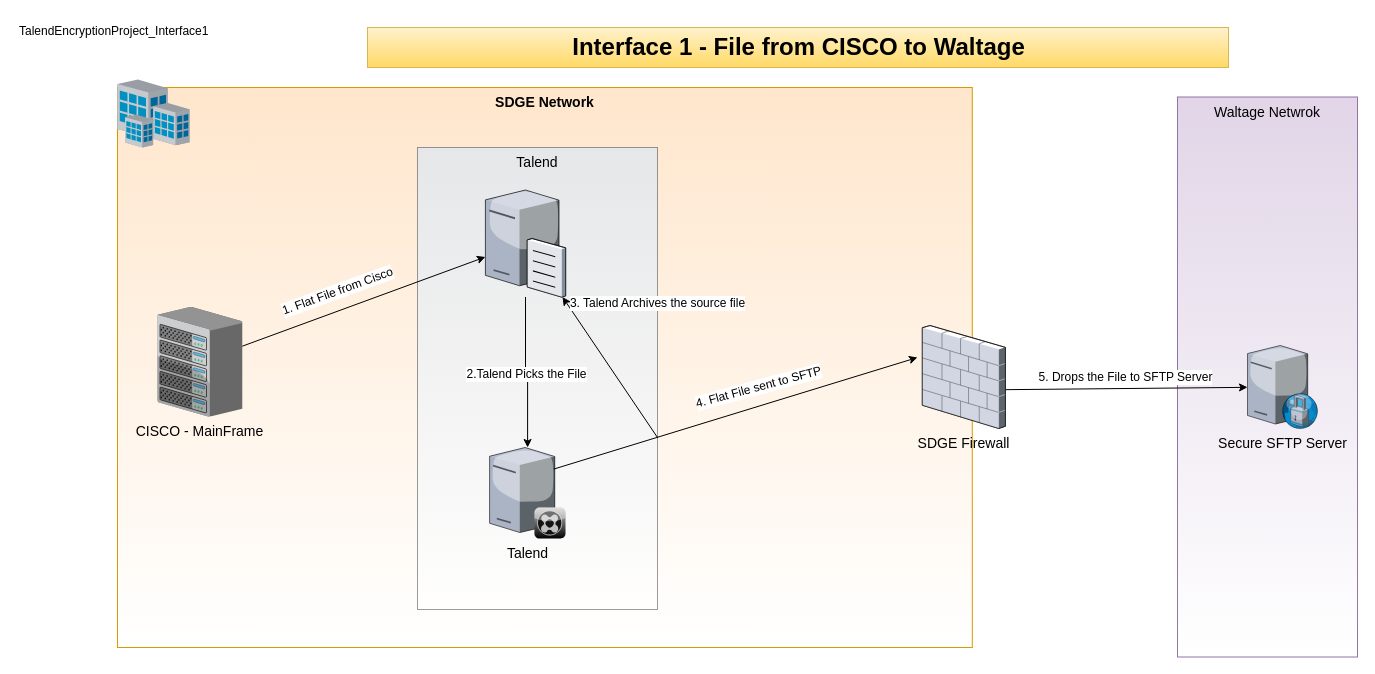
Before: Untitled Diagram.drawio in reach2nipun/IntegrationDiagrams, a draw.io diagram. Source tidied: cells renumbered, new cells numbered last; positions are measured from the earlier drawing's top-left corner, leaving out a move shared by most shapes. Both pictures are drawn from the tidied source at 100%, with x=0, y=0 at pixel (17, 17).
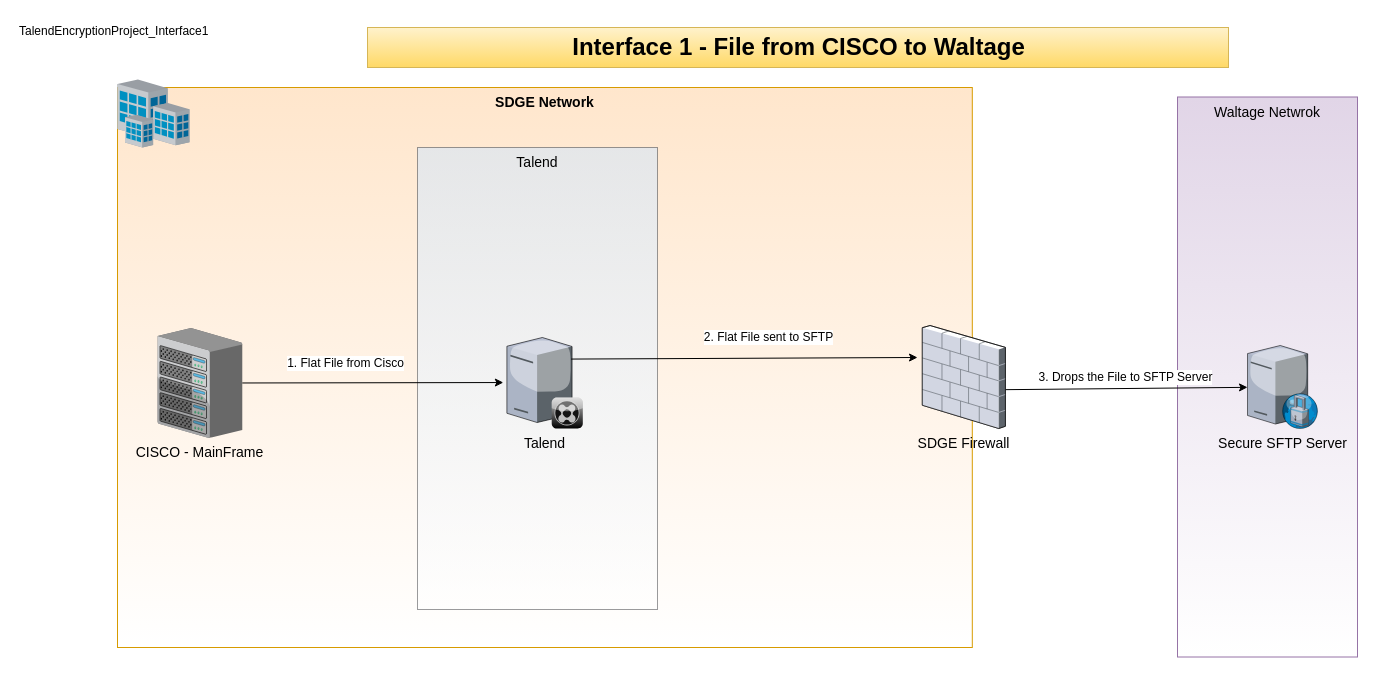
Above is the later version.

The change refers to these unchanged cells:
```xml
<mxCell id="13" style="endArrow=classic;html=1;exitX=0.845;exitY=0.237;exitDx=0;exitDy=0;exitPerimeter=0;" parent="1" edge="1" source="5">
  <mxGeometry relative="1" as="geometry">
    <mxPoint x="900" y="340" as="targetPoint" />
  </mxGeometry>
</mxCell>
<mxCell id="15" style="endArrow=classic;html=1;exitX=1.003;exitY=0.623;exitDx=0;exitDy=0;exitPerimeter=0;" parent="1" edge="1" source="7" target="8">
  <mxGeometry relative="1" as="geometry" />
</mxCell>
```

What changed in the source:
```diff
@@
     <mxCell id="5" value="Talend" style="verticalLabelPosition=bottom;html=1;verticalAlign=top;strokeColor=none;shape=mxgraph.citrix.xenclient_synchronizer;fillColor=#CCCCCC;gradientColor=#000000;gradientDirection=south;fontSize=14;" parent="1" vertex="1">
-      <mxGeometry x="472.1" y="430" width="76" height="91" as="geometry" />
+      <mxGeometry x="489.4" y="320" width="76" height="91" as="geometry" />
     </mxCell>
     <mxCell id="6" value="CISCO - MainFrame" style="verticalLabelPosition=bottom;html=1;verticalAlign=top;strokeColor=none;shape=mxgraph.citrix.chassis;fillColor=#66B2FF;gradientColor=#0066CC;fontSize=14;" parent="1" vertex="1">
-      <mxGeometry x="140" y="289.5" width="84.8" height="109.5" as="geometry" />
+      <mxGeometry x="140" y="310.8" width="84.8" height="109.5" as="geometry" />
     </mxCell>
@@
-    <mxCell id="11" style="endArrow=classic;html=1;" parent="1" edge="1" source="6" target="19">
+    <mxCell id="11" style="endArrow=classic;html=1;entryX=-0.047;entryY=0.495;entryDx=0;entryDy=0;entryPerimeter=0;" parent="1" edge="1" source="6" target="5">
       <mxGeometry relative="1" as="geometry" />
     </mxCell>
-    <mxCell id="12" value="1. Flat File from Cisco" style="text;html=1;align=center;verticalAlign=middle;labelBackgroundColor=#ffffff;rotation=-20;" parent="11" vertex="1">
+    <mxCell id="12" value="1. Flat File from Cisco" style="text;html=1;align=center;verticalAlign=middle;labelBackgroundColor=#ffffff;rotation=0;" parent="11" vertex="1">
       <mxGeometry x="-0.21" y="3" relative="1" as="geometry">
         <mxPoint y="-17.2" as="offset" />
       </mxGeometry>
     </mxCell>
@@
-    <mxCell id="14" value="4. Flat File sent to SFTP" style="text;html=1;align=center;verticalAlign=middle;labelBackgroundColor=#ffffff;rotation=-15;" parent="13" vertex="1">
+    <mxCell id="14" value="2. Flat File sent to SFTP" style="text;html=1;align=center;verticalAlign=middle;labelBackgroundColor=#ffffff;rotation=0;" parent="13" vertex="1">
       <mxGeometry x="-0.25" y="-1" relative="1" as="geometry">
-        <mxPoint x="66.8" y="-41.1" as="offset" />
+        <mxPoint x="66.8" y="-22" as="offset" />
       </mxGeometry>
     </mxCell>
@@
-    <mxCell id="16" value="5. Drops the File to SFTP Server" style="text;html=1;align=center;verticalAlign=middle;labelBackgroundColor=#ffffff;" parent="15" vertex="1">
+    <mxCell id="16" value="3. Drops the File to SFTP Server" style="text;html=1;align=center;verticalAlign=middle;labelBackgroundColor=#ffffff;" parent="15" vertex="1">
       <mxGeometry x="0.35" y="2" relative="1" as="geometry">
         <mxPoint x="-43.8" y="-9.1" as="offset" />
       </mxGeometry>
     </mxCell>
-    <mxCell id="17" style="edgeStyle=orthogonalEdgeStyle;rounded=0;jettySize=auto;html=1;" parent="1" edge="1" source="19" target="5">
-      <mxGeometry relative="1" as="geometry" />
-    </mxCell>
-    <mxCell id="18" value="2.Talend Picks the File" style="text;html=1;align=center;verticalAlign=middle;labelBackgroundColor=#ffffff;" parent="17" vertex="1">
-      <mxGeometry x="-0.3" y="-24" relative="1" as="geometry">
-        <mxPoint x="24" y="24" as="offset" />
-      </mxGeometry>
-    </mxCell>
-    <mxCell id="19" style="verticalLabelPosition=bottom;html=1;verticalAlign=top;strokeColor=none;align=center;outlineConnect=0;shape=mxgraph.citrix.file_server;" parent="1" vertex="1">
-      <mxGeometry x="467.9" y="170" width="80.2" height="109.5" as="geometry" />
-    </mxCell>
-    <mxCell id="20" style="endArrow=classic;html=1;" parent="1" edge="1" target="19">
-      <mxGeometry relative="1" as="geometry">
-        <mxPoint x="640" y="420" as="sourcePoint" />
-      </mxGeometry>
-    </mxCell>
-    <mxCell id="21" value="3. Talend Archives the source file" style="text;html=1;align=center;verticalAlign=middle;labelBackgroundColor=#ffffff;rotation=0;" parent="20" vertex="1">
-      <mxGeometry x="0.11" y="1" relative="1" as="geometry">
-        <mxPoint x="52.7" y="-56.8" as="offset" />
-      </mxGeometry>
-    </mxCell>
```
